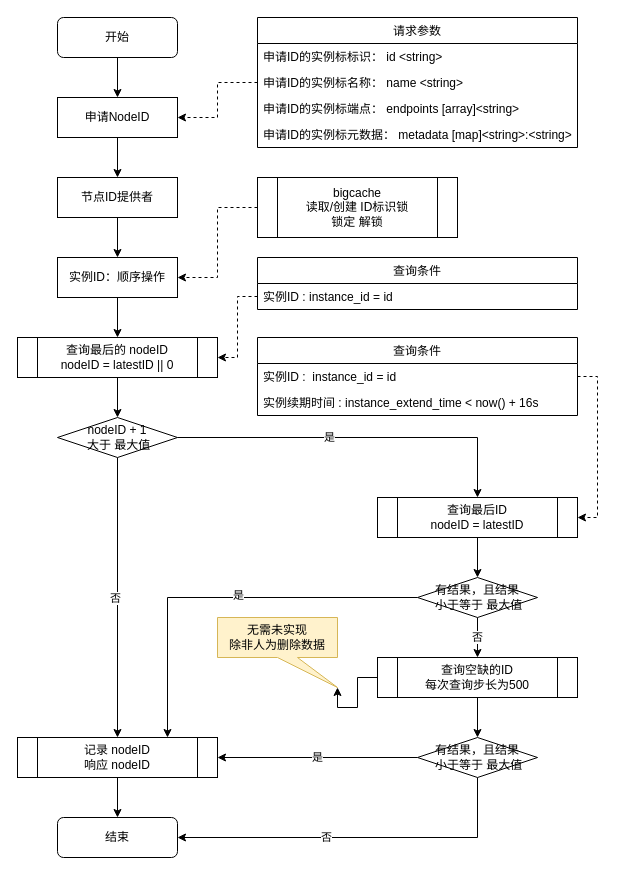
The draw.io diagram statics/雪花算法ID节点颁发流程图@开广.drawio in ikaiguang/go-snowflake-node-id, before the edit. Source tidied: cells renumbered, new cells numbered last; positions are measured from the earlier drawing's top-left corner, leaving out a move shared by most shapes. Both pictures are drawn from the tidied source at 100%, with x=0, y=0 at pixel (17, 17).
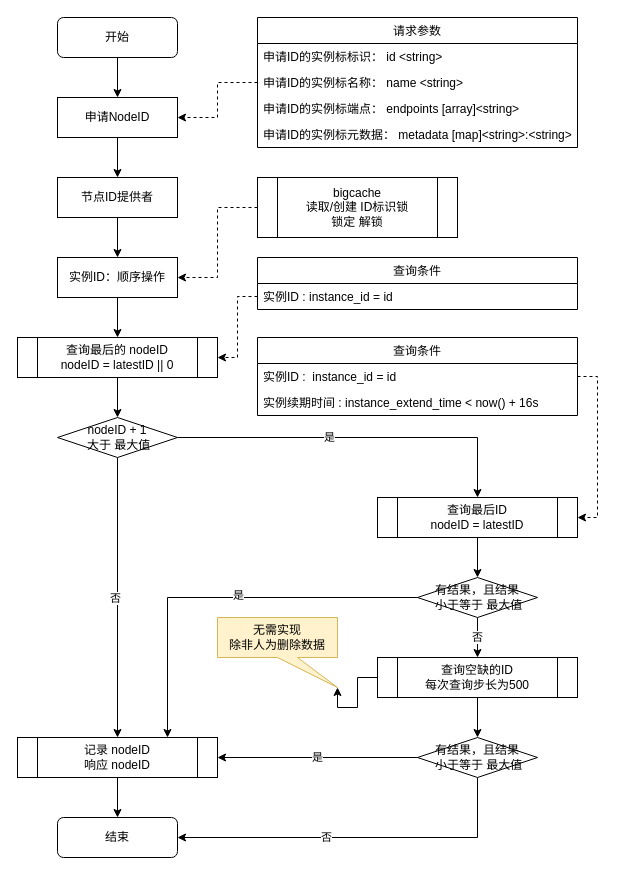
The same page after the edit.

Commit message (it also covers changes not shown here):
faet 增加时序图

What changed in the source:
```diff
@@
-    <mxCell id="47" value="无需未实现&lt;br&gt;除非人为删除数据" style="shape=callout;whiteSpace=wrap;html=1;perimeter=calloutPerimeter;position2=1;fillColor=#fff2cc;strokeColor=#d6b656;" parent="1" vertex="1">
+    <mxCell id="47" value="无需实现&lt;br&gt;除非人为删除数据" style="shape=callout;whiteSpace=wrap;html=1;perimeter=calloutPerimeter;position2=1;fillColor=#fff2cc;strokeColor=#d6b656;" parent="1" vertex="1">
       <mxGeometry x="200" y="600" width="120" height="70" as="geometry" />
     </mxCell>
```
